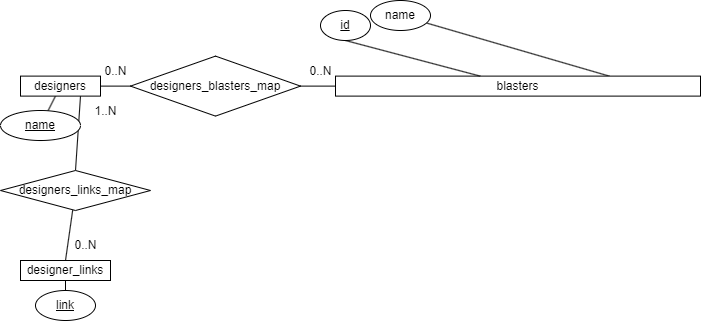
This is docs/ERD.drawio.png from SabreBirdOne/BlasterBrowser, a draw.io export, as it was before one commit. Source tidied: cells renumbered, new cells last; positions are measured from the earlier drawing's top-left corner, leaving out a move shared by most shapes.
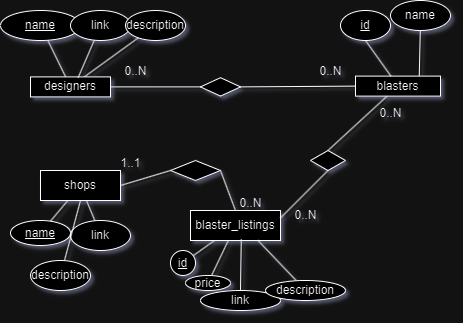
Later version of the same file.

Change to the diagram source:
```diff
@@ -1,4 +1,4 @@
-<mxGraphModel>
+<mxGraphModel shadow="1">
   <root>
     <mxCell id="0" />
     <mxCell id="1" parent="0" />
@@ -8,26 +8,29 @@
     <mxCell id="3" style="rounded=0;jettySize=auto;html=1;endArrow=none;endFill=0;entryX=0;entryY=0.5;entryDx=0;entryDy=0;" parent="1" edge="1" source="5" target="14">
       <mxGeometry relative="1" as="geometry" />
     </mxCell>
-    <mxCell id="4" style="rounded=0;jettySize=auto;html=1;exitX=0.75;exitY=1;exitDx=0;exitDy=0;entryX=0.5;entryY=0;entryDx=0;entryDy=0;endArrow=none;endFill=0;" parent="1" edge="1" source="5" target="21">
-      <mxGeometry relative="1" as="geometry" />
-    </mxCell>
+    <mxCell id="24" style="rounded=0;jettySize=auto;html=1;endArrow=none;endFill=0;" parent="1" edge="1" source="5" target="31">
+      <mxGeometry relative="1" as="geometry" />
+    </mxCell>
     <mxCell id="5" value="designers" style="rounded=0;whiteSpace=wrap;html=1;" parent="1" vertex="1">
-      <mxGeometry x="20" y="75.6" width="80" height="20" as="geometry" />
+      <mxGeometry x="10" y="76.4" width="80" height="20" as="geometry" />
     </mxCell>
     <mxCell id="6" value="&lt;u&gt;name&lt;/u&gt;" style="ellipse;whiteSpace=wrap;html=1;rounded=0;" parent="1" vertex="1">
-      <mxGeometry y="110" width="80" height="30" as="geometry" />
+      <mxGeometry x="-20" y="10" width="80" height="30" as="geometry" />
     </mxCell>
-    <mxCell id="7" style="rounded=0;jettySize=auto;html=1;endArrow=none;endFill=0;entryX=0.5;entryY=1;entryDx=0;entryDy=0;" parent="1" edge="1" source="8" target="19">
+    <mxCell id="7" style="rounded=0;jettySize=auto;html=1;endArrow=none;endFill=0;entryX=0.596;entryY=0.032;entryDx=0;entryDy=0;entryPerimeter=0;" parent="1" edge="1" source="8" target="5">
       <mxGeometry relative="1" as="geometry" />
     </mxCell>
-    <mxCell id="8" value="&lt;u&gt;link&lt;/u&gt;" style="ellipse;whiteSpace=wrap;html=1;" parent="1" vertex="1">
-      <mxGeometry x="35" y="290" width="60" height="30" as="geometry" />
+    <mxCell id="8" value="link" style="ellipse;whiteSpace=wrap;html=1;" parent="1" vertex="1">
+      <mxGeometry x="50" y="10" width="60" height="30" as="geometry" />
     </mxCell>
     <mxCell id="9" style="rounded=0;jettySize=auto;html=1;exitX=0.75;exitY=0;exitDx=0;exitDy=0;endArrow=none;endFill=0;" parent="1" edge="1" source="10" target="18">
       <mxGeometry relative="1" as="geometry" />
     </mxCell>
+    <mxCell id="25" style="rounded=0;jettySize=auto;html=1;endArrow=none;endFill=0;entryX=0.5;entryY=0;entryDx=0;entryDy=0;" parent="1" edge="1" source="10" target="49">
+      <mxGeometry relative="1" as="geometry" />
+    </mxCell>
     <mxCell id="10" value="blasters" style="rounded=0;whiteSpace=wrap;html=1;" parent="1" vertex="1">
-      <mxGeometry x="335" y="75.6" width="365" height="20" as="geometry" />
+      <mxGeometry x="335" y="75.6" width="85" height="20" as="geometry" />
     </mxCell>
     <mxCell id="11" style="rounded=0;jettySize=auto;html=1;endArrow=none;endFill=0;exitX=0.5;exitY=1;exitDx=0;exitDy=0;" parent="1" edge="1" source="12" target="10">
       <mxGeometry relative="1" as="geometry" />
@@ -38,14 +41,14 @@
     <mxCell id="13" style="rounded=0;jettySize=auto;html=1;entryX=0;entryY=0.5;entryDx=0;entryDy=0;endArrow=none;endFill=0;exitX=1;exitY=0.5;exitDx=0;exitDy=0;" parent="1" edge="1" source="14" target="10">
       <mxGeometry relative="1" as="geometry" />
     </mxCell>
-    <mxCell id="14" value="designers_blasters_map" style="rhombus;whiteSpace=wrap;html=1;" parent="1" vertex="1">
-      <mxGeometry x="130" y="55.6" width="170" height="60" as="geometry" />
+    <mxCell id="14" style="rhombus;whiteSpace=wrap;html=1;" parent="1" vertex="1">
+      <mxGeometry x="180" y="77.2" width="40" height="18.4" as="geometry" />
     </mxCell>
     <mxCell id="15" style="edgeStyle=orthogonalEdgeStyle;rounded=0;orthogonalLoop=1;jettySize=auto;html=1;exitX=0.5;exitY=1;exitDx=0;exitDy=0;" parent="1" edge="1" source="8" target="8">
       <mxGeometry relative="1" as="geometry" />
     </mxCell>
     <mxCell id="16" value="0..N" style="text;html=1;align=center;verticalAlign=middle;strokeColor=none;fillColor=none;" parent="1" vertex="1">
-      <mxGeometry x="295" y="55.6" width="50" height="30" as="geometry" />
+      <mxGeometry x="285" y="55.6" width="50" height="30" as="geometry" />
     </mxCell>
     <mxCell id="17" value="0..N" style="text;html=1;align=center;verticalAlign=middle;strokeColor=none;fillColor=none;" parent="1" vertex="1">
       <mxGeometry x="90" y="55.6" width="50" height="30" as="geometry" />
@@ -53,20 +56,83 @@
     <mxCell id="18" value="name" style="ellipse;whiteSpace=wrap;html=1;" parent="1" vertex="1">
       <mxGeometry x="370" width="60" height="30" as="geometry" />
     </mxCell>
-    <mxCell id="19" value="designer_links" style="whiteSpace=wrap;html=1;" parent="1" vertex="1">
-      <mxGeometry x="20" y="260" width="90" height="20" as="geometry" />
-    </mxCell>
-    <mxCell id="20" style="rounded=0;jettySize=auto;html=1;entryX=0.5;entryY=0;entryDx=0;entryDy=0;endArrow=none;endFill=0;" parent="1" edge="1" source="21" target="19">
-      <mxGeometry relative="1" as="geometry" />
-    </mxCell>
-    <mxCell id="21" value="designers_links_map" style="rhombus;whiteSpace=wrap;html=1;" parent="1" vertex="1">
-      <mxGeometry y="170" width="150" height="40" as="geometry" />
-    </mxCell>
-    <mxCell id="22" value="0..N" style="text;html=1;align=center;verticalAlign=middle;strokeColor=none;fillColor=none;" parent="1" vertex="1">
-      <mxGeometry x="60" y="230" width="50" height="30" as="geometry" />
-    </mxCell>
-    <mxCell id="23" value="1..N" style="text;html=1;align=center;verticalAlign=middle;strokeColor=none;fillColor=none;" parent="1" vertex="1">
-      <mxGeometry x="80" y="95.6" width="50" height="30" as="geometry" />
-    </mxCell>
+    <mxCell id="26" style="rounded=0;jettySize=auto;html=1;endArrow=none;endFill=0;" parent="1" edge="1" source="27" target="28">
+      <mxGeometry relative="1" as="geometry" />
+    </mxCell>
+    <mxCell id="27" value="shops" style="whiteSpace=wrap;html=1;" parent="1" vertex="1">
+      <mxGeometry x="20" y="170" width="80" height="30" as="geometry" />
+    </mxCell>
+    <mxCell id="28" value="&lt;u&gt;name&lt;/u&gt;" style="ellipse;whiteSpace=wrap;html=1;" parent="1" vertex="1">
+      <mxGeometry x="-10" y="220" width="60" height="25" as="geometry" />
+    </mxCell>
+    <mxCell id="29" style="rounded=0;jettySize=auto;html=1;endArrow=none;endFill=0;" parent="1" edge="1" source="30" target="27">
+      <mxGeometry relative="1" as="geometry" />
+    </mxCell>
+    <mxCell id="30" value="link" style="ellipse;whiteSpace=wrap;html=1;" parent="1" vertex="1">
+      <mxGeometry x="50" y="220" width="60" height="30" as="geometry" />
+    </mxCell>
+    <mxCell id="31" value="description" style="ellipse;whiteSpace=wrap;html=1;" parent="1" vertex="1">
+      <mxGeometry x="105" y="10" width="60" height="30" as="geometry" />
+    </mxCell>
+    <mxCell id="32" style="rounded=0;jettySize=auto;html=1;entryX=0.5;entryY=1;entryDx=0;entryDy=0;endArrow=none;endFill=0;" parent="1" edge="1" source="33" target="27">
+      <mxGeometry relative="1" as="geometry" />
+    </mxCell>
+    <mxCell id="33" value="description" style="ellipse;whiteSpace=wrap;html=1;" parent="1" vertex="1">
+      <mxGeometry x="10" y="260" width="60" height="30" as="geometry" />
+    </mxCell>
+    <mxCell id="34" style="rounded=0;jettySize=auto;html=1;endArrow=none;endFill=0;" parent="1" edge="1" source="36" target="37">
+      <mxGeometry relative="1" as="geometry" />
+    </mxCell>
+    <mxCell id="35" style="rounded=0;jettySize=auto;html=1;endArrow=none;endFill=0;" parent="1" edge="1" source="36" target="38">
+      <mxGeometry relative="1" as="geometry" />
+    </mxCell>
+    <mxCell id="36" value="blaster_listings" style="whiteSpace=wrap;html=1;" parent="1" vertex="1">
+      <mxGeometry x="170" y="210" width="90" height="30" as="geometry" />
+    </mxCell>
+    <mxCell id="37" value="&lt;u&gt;id&lt;/u&gt;" style="ellipse;whiteSpace=wrap;html=1;" parent="1" vertex="1">
+      <mxGeometry x="150" y="250" width="25" height="25" as="geometry" />
+    </mxCell>
+    <mxCell id="38" value="price" style="ellipse;whiteSpace=wrap;html=1;" parent="1" vertex="1">
+      <mxGeometry x="165" y="275" width="45" height="15" as="geometry" />
+    </mxCell>
+    <mxCell id="39" style="rounded=0;jettySize=auto;html=1;entryX=0.564;entryY=0.963;entryDx=0;entryDy=0;entryPerimeter=0;endArrow=none;endFill=0;" parent="1" edge="1" source="40" target="36">
+      <mxGeometry relative="1" as="geometry" />
+    </mxCell>
+    <mxCell id="40" value="link" style="ellipse;whiteSpace=wrap;html=1;" parent="1" vertex="1">
+      <mxGeometry x="180" y="290" width="80" height="20" as="geometry" />
+    </mxCell>
+    <mxCell id="41" style="rounded=0;jettySize=auto;html=1;entryX=0.75;entryY=1;entryDx=0;entryDy=0;endArrow=none;endFill=0;" parent="1" edge="1" source="42" target="36">
+      <mxGeometry relative="1" as="geometry" />
+    </mxCell>
+    <mxCell id="42" value="description" style="ellipse;whiteSpace=wrap;html=1;" parent="1" vertex="1">
+      <mxGeometry x="245" y="280" width="80" height="20" as="geometry" />
+    </mxCell>
+    <mxCell id="43" style="rounded=0;jettySize=auto;html=1;entryX=1;entryY=0.5;entryDx=0;entryDy=0;endArrow=none;endFill=0;exitX=0;exitY=0.5;exitDx=0;exitDy=0;" parent="1" edge="1" source="45" target="27">
+      <mxGeometry relative="1" as="geometry" />
+    </mxCell>
+    <mxCell id="44" style="rounded=0;jettySize=auto;html=1;exitX=1;exitY=0.5;exitDx=0;exitDy=0;entryX=0.5;entryY=0;entryDx=0;entryDy=0;endArrow=none;endFill=0;" parent="1" edge="1" source="45" target="36">
+      <mxGeometry relative="1" as="geometry" />
+    </mxCell>
+    <mxCell id="45" style="rhombus;whiteSpace=wrap;html=1;" parent="1" vertex="1">
+      <mxGeometry x="150" y="160" width="50" height="20" as="geometry" />
+    </mxCell>
+    <mxCell id="46" value="0..N" style="text;html=1;align=center;verticalAlign=middle;strokeColor=none;fillColor=none;" parent="1" vertex="1">
+      <mxGeometry x="205" y="188" width="50" height="30" as="geometry" />
+    </mxCell>
+    <mxCell id="47" value="1..1" style="text;html=1;align=center;verticalAlign=middle;strokeColor=none;fillColor=none;" parent="1" vertex="1">
+      <mxGeometry x="90" y="148" width="40" height="30" as="geometry" />
+    </mxCell>
+    <mxCell id="48" style="rounded=0;jettySize=auto;html=1;entryX=1;entryY=0.25;entryDx=0;entryDy=0;exitX=0.5;exitY=1;exitDx=0;exitDy=0;endArrow=none;endFill=0;" parent="1" edge="1" source="49" target="36">
+      <mxGeometry relative="1" as="geometry" />
+    </mxCell>
+    <mxCell id="49" style="rhombus;whiteSpace=wrap;html=1;rounded=0;" parent="1" vertex="1">
+      <mxGeometry x="290" y="150" width="35" height="20" as="geometry" />
+    </mxCell>
+    <mxCell id="50" value="0..N" style="text;html=1;align=center;verticalAlign=middle;strokeColor=none;fillColor=none;" parent="1" vertex="1">
+      <mxGeometry x="345" y="98" width="50" height="30" as="geometry" />
+    </mxCell>
+    <mxCell id="51" value="0..N" style="text;html=1;align=center;verticalAlign=middle;strokeColor=none;fillColor=none;" parent="1" vertex="1">
+      <mxGeometry x="260" y="200" width="50" height="30" as="geometry" />
+    </mxCell>
   </root>
 </mxGraphModel>
```
